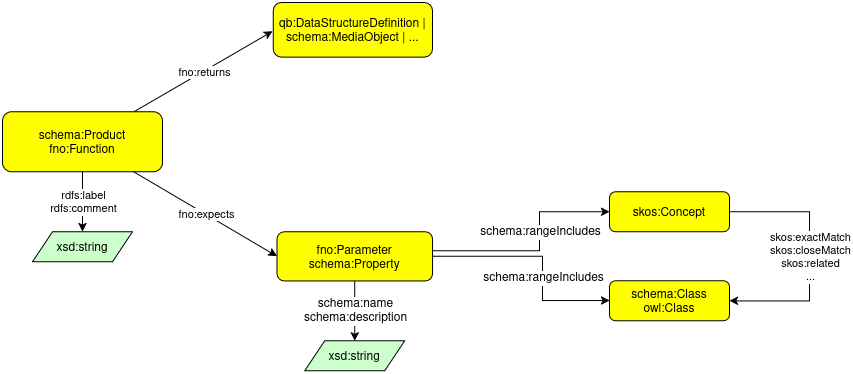
Before: web/docs/diagrams/product-diagram.png, a diagram exported from draw.io (fair-ease/dataset-demand-register). Source tidied: cells renumbered, new cells last; positions are measured from the earlier drawing's top-left corner, leaving out a move shared by most shapes.
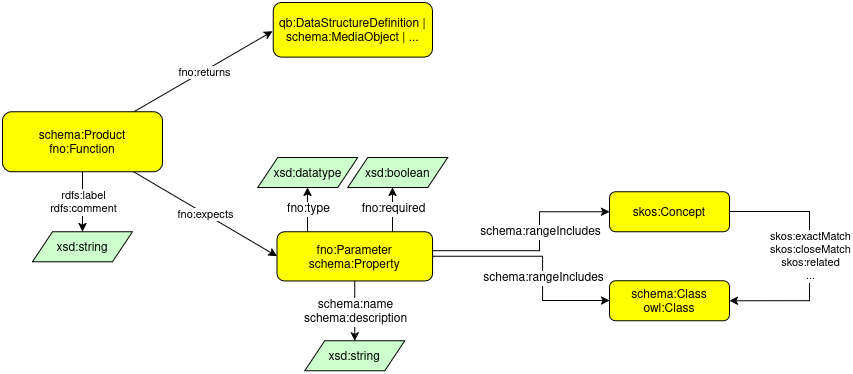
The same diagram one commit later.

Commit message:
Include datatype for input parameters (#5)

Diff of the diagram source:
```diff
@@ -86,5 +86,33 @@
     <mxCell id="22" value="qb:DataStructureDefinition | &#10;schema:MediaObject | ..." style="graphMlID=n4;shape=rect;rounded=1;arcsize=30;fillColor=#ffff00;strokeColor=#000000;strokeWidth=1.0;fontSize=12;fontStyle=0;" parent="1" vertex="1">
       <mxGeometry x="270.7" width="159.3" height="54.6" as="geometry" />
     </mxCell>
+    <mxCell id="23" style="endArrow=classic;html=1;textDirection=ltr;rounded=0;edgeStyle=orthogonalEdgeStyle;" parent="1" edge="1" source="14" target="28">
+      <mxGeometry relative="1" as="geometry">
+        <Array as="points">
+          <mxPoint x="305" y="220" />
+          <mxPoint x="305" y="220" />
+        </Array>
+      </mxGeometry>
+    </mxCell>
+    <mxCell id="24" value="fno:type" style="text;html=1;align=center;verticalAlign=middle;labelBackgroundColor=#ffffff;rotation=0;" parent="23" vertex="1">
+      <mxGeometry relative="1" as="geometry" />
+    </mxCell>
+    <mxCell id="25" style="endArrow=classic;html=1;textDirection=ltr;rounded=0;edgeStyle=orthogonalEdgeStyle;" parent="1" edge="1" source="14" target="27">
+      <mxGeometry relative="1" as="geometry">
+        <Array as="points">
+          <mxPoint x="390" y="200" />
+          <mxPoint x="390" y="200" />
+        </Array>
+      </mxGeometry>
+    </mxCell>
+    <mxCell id="26" value="fno:required" style="text;html=1;align=center;verticalAlign=middle;labelBackgroundColor=#ffffff;rotation=0;" parent="25" vertex="1">
+      <mxGeometry relative="1" as="geometry" />
+    </mxCell>
+    <mxCell id="27" value="xsd:boolean" style="graphMlID=n6;shape=parallelogram;fillColor=#ccffcc;strokeColor=#000000;strokeWidth=1.0;" parent="1" vertex="1">
+      <mxGeometry x="345.4" y="155" width="100" height="30" as="geometry" />
+    </mxCell>
+    <mxCell id="28" value="xsd:datatype" style="graphMlID=n6;shape=parallelogram;fillColor=#ccffcc;strokeColor=#000000;strokeWidth=1.0;" parent="1" vertex="1">
+      <mxGeometry x="255.4" y="155" width="100" height="30" as="geometry" />
+    </mxCell>
   </root>
 </mxGraphModel>
```
